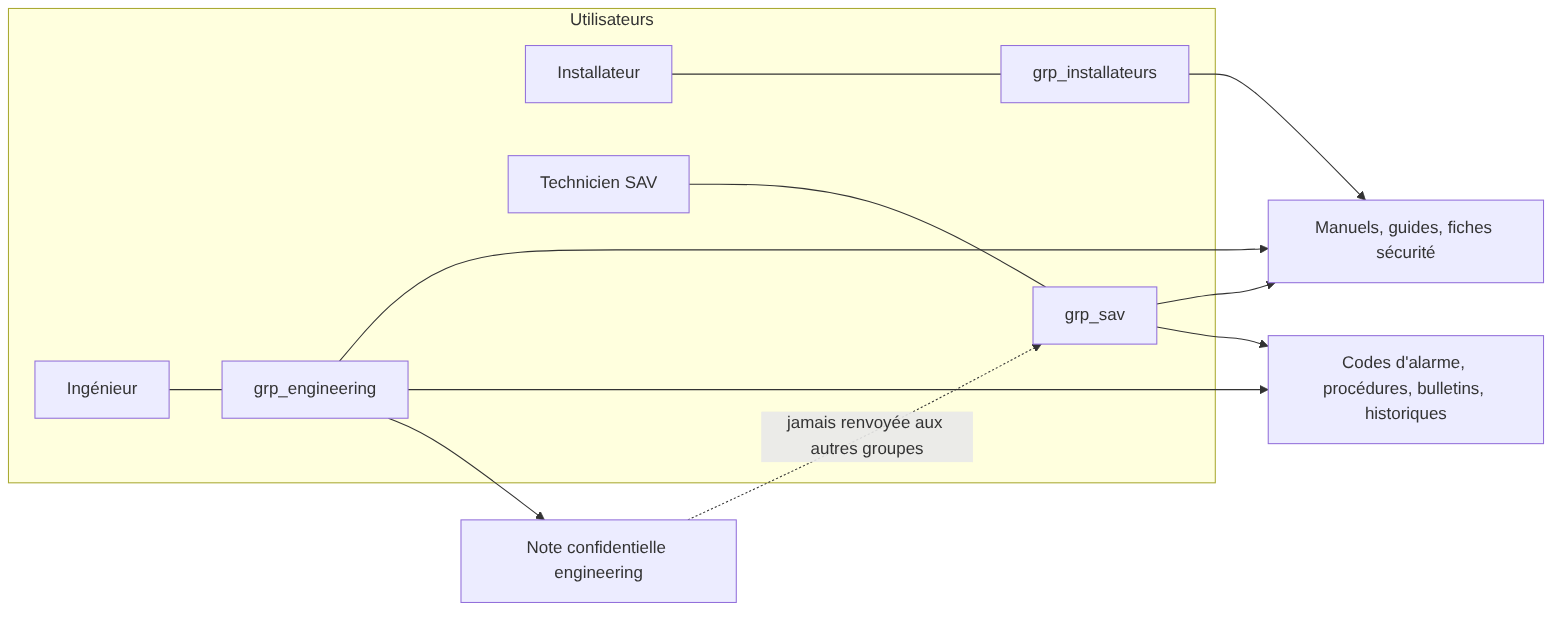
ziadserray04/MaintiDoc keeps this Mermaid diagram as docs/diagrammes/acces.png. Above is the earlier version. Its source is kept beside it as docs/diagrammes/acces.mmd.
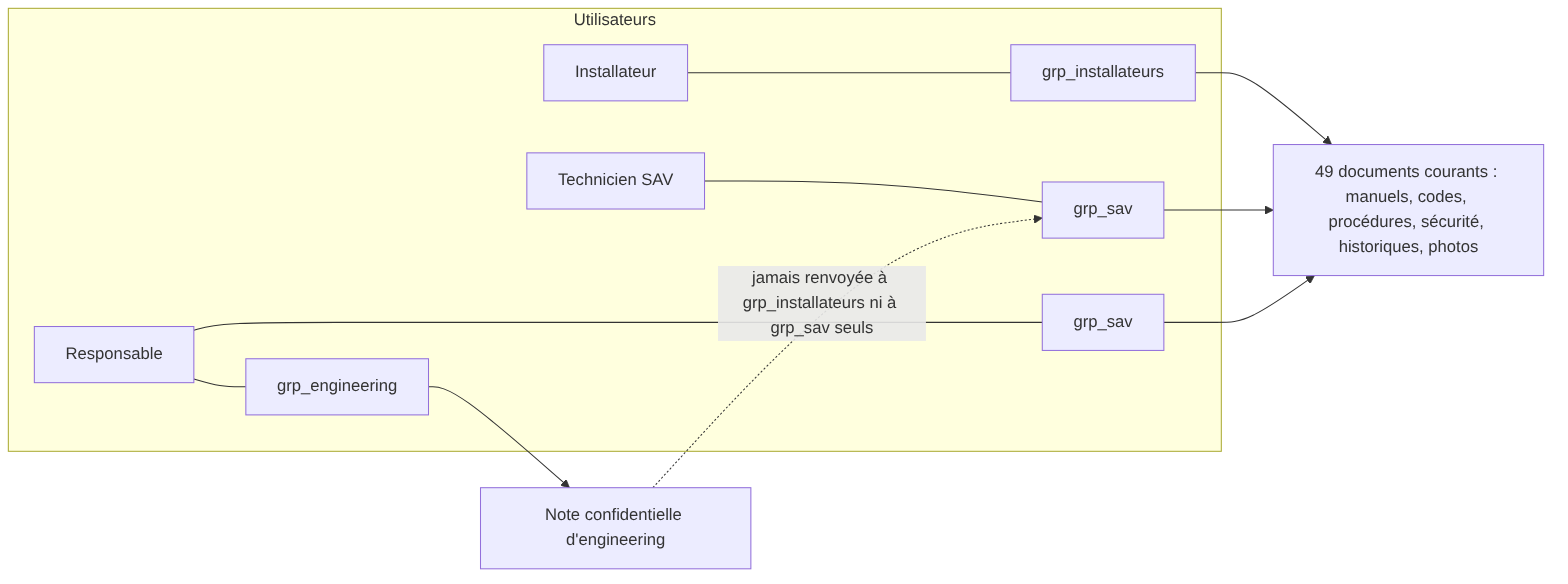
The same file after the commit.

Commit message:
Correction modele d'acces

The edit, as a diff of the source:
```diff
@@ -2,12 +2,11 @@
   subgraph Utilisateurs
     I[Installateur] --- gi[grp_installateurs]
     S[Technicien SAV] --- gs[grp_sav]
-    E[Ingénieur] --- ge[grp_engineering]
+    E[Responsable] --- gs2[grp_sav]
+    E --- ge[grp_engineering]
   end
-  gi --> D1[Manuels, guides, fiches sécurité]
+  gi --> D1[49 documents courants : manuels, codes, procédures, sécurité, historiques, photos]
   gs --> D1
-  gs --> D2[Codes d'alarme, procédures, bulletins, historiques]
-  ge --> D1
-  ge --> D2
-  ge --> D3[Note confidentielle engineering]
-  D3 -. "jamais renvoyée aux autres groupes" .-> gs
+  gs2 --> D1
+  ge --> D3[Note confidentielle d'engineering]
+  D3 -. "jamais renvoyée à grp_installateurs ni à grp_sav seuls" .-> gs
```
